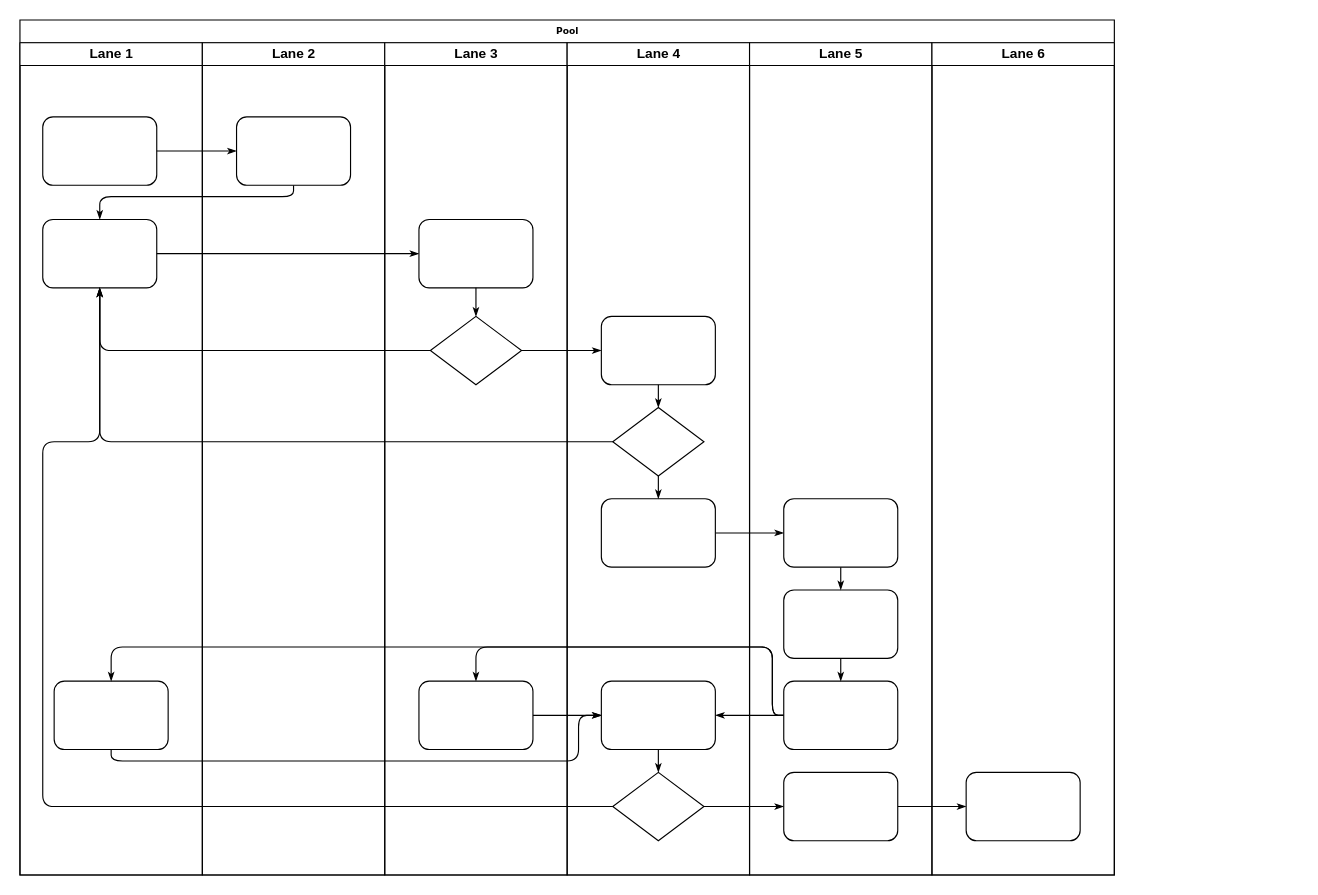
Above: image/acct.drawio in Besideme/besideme.github.io (draw.io), before the change. Source tidied: cells renumbered, new cells numbered last; positions are measured from the earlier drawing's top-left corner, leaving out a move shared by most shapes. Both pictures are drawn from the tidied source at 114%, with x=0, y=0 at pixel (19, 19).
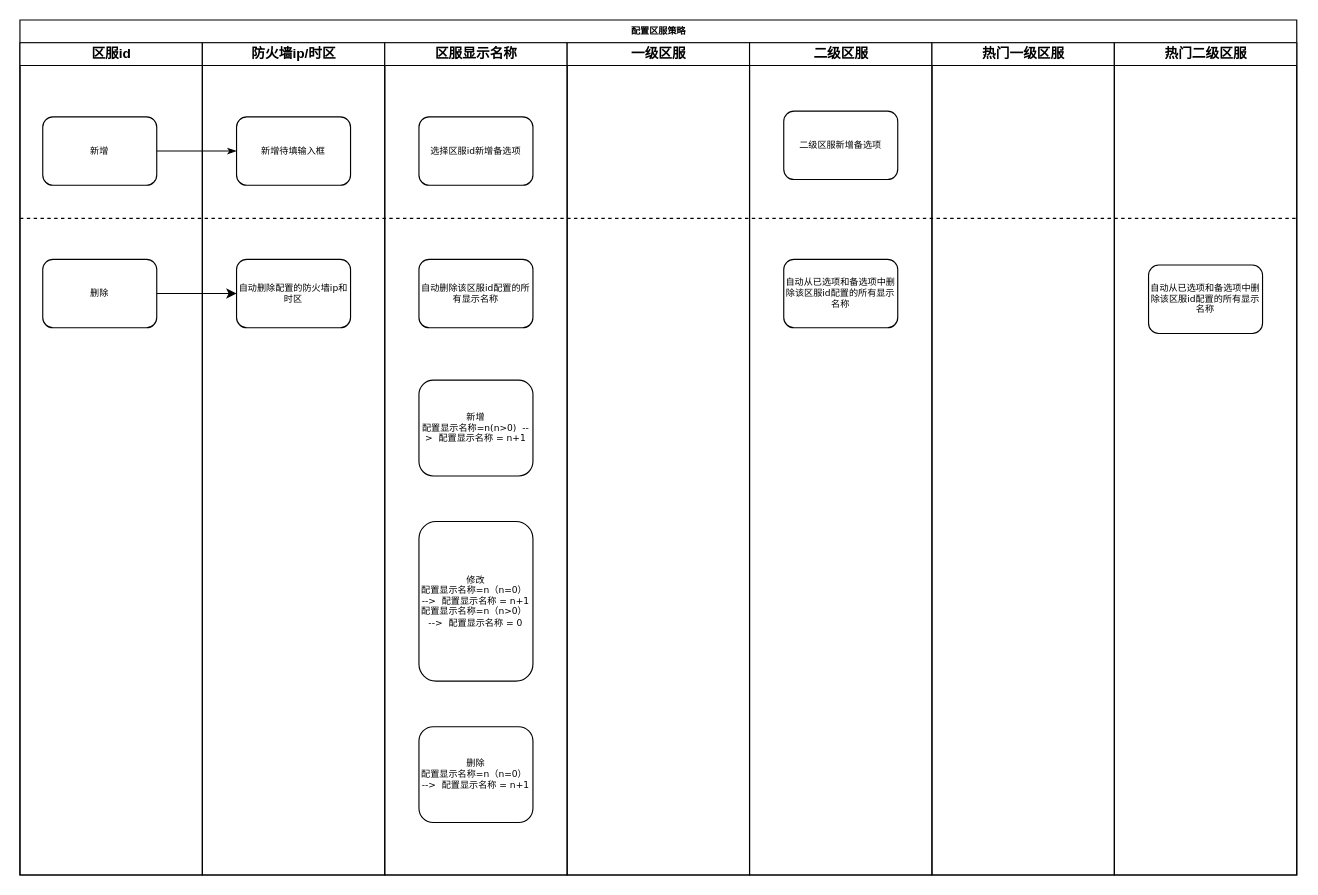
The same page after the edit.

Change to the diagram source:
```diff
@@
-    <mxCell id="2" value="Pool" style="swimlane;html=1;startSize=20;rounded=0;shadow=0;labelBackgroundColor=none;strokeWidth=1;fontFamily=Verdana;fontSize=8;align=center;" parent="1" vertex="1">
-      <mxGeometry width="960" height="750" as="geometry" />
+    <mxCell id="2" value="配置区服策略" style="swimlane;html=1;startSize=20;rounded=0;shadow=0;labelBackgroundColor=none;strokeWidth=1;fontFamily=Verdana;fontSize=8;align=center;" parent="1" vertex="1">
+      <mxGeometry width="1120" height="750" as="geometry" />
     </mxCell>
-    <mxCell id="3" value="Lane 1" style="swimlane;html=1;startSize=20;" parent="2" vertex="1">
+    <mxCell id="3" value="区服id" style="swimlane;html=1;startSize=20;" parent="2" vertex="1">
       <mxGeometry y="20" width="160" height="730" as="geometry" />
     </mxCell>
-    <mxCell id="4" style="rounded=1;whiteSpace=wrap;html=1;shadow=0;labelBackgroundColor=none;strokeWidth=1;fontFamily=Verdana;fontSize=8;align=center;" parent="3" vertex="1">
+    <mxCell id="4" value="新增" style="rounded=1;whiteSpace=wrap;html=1;shadow=0;labelBackgroundColor=none;strokeWidth=1;fontFamily=Verdana;fontSize=8;align=center;" parent="3" vertex="1">
       <mxGeometry x="20" y="65" width="100" height="60" as="geometry" />
     </mxCell>
-    <mxCell id="5" style="rounded=1;whiteSpace=wrap;html=1;shadow=0;labelBackgroundColor=none;strokeWidth=1;fontFamily=Verdana;fontSize=8;align=center;" parent="3" vertex="1">
-      <mxGeometry x="20" y="155" width="100" height="60" as="geometry" />
+    <mxCell id="5" value="删除" style="rounded=1;whiteSpace=wrap;html=1;shadow=0;labelBackgroundColor=none;strokeWidth=1;fontFamily=Verdana;fontSize=8;align=center;" parent="3" vertex="1">
+      <mxGeometry x="20" y="190" width="100" height="60" as="geometry" />
     </mxCell>
-    <mxCell id="6" style="rounded=1;whiteSpace=wrap;html=1;shadow=0;labelBackgroundColor=none;strokeWidth=1;fontFamily=Verdana;fontSize=8;align=center;" parent="3" vertex="1">
-      <mxGeometry x="30" y="560" width="100" height="60" as="geometry" />
-    </mxCell>
+    <mxCell id="47" style="endArrow=none;dashed=1;html=1;" parent="3" edge="1">
+      <mxGeometry relative="1" as="geometry">
+        <mxPoint y="154" as="sourcePoint" />
+        <mxPoint x="1120" y="154" as="targetPoint" />
+      </mxGeometry>
+    </mxCell>
@@
-    <mxCell id="8" style="edgeStyle=orthogonalEdgeStyle;rounded=1;html=1;labelBackgroundColor=none;startArrow=none;startFill=0;startSize=5;endArrow=classicThin;endFill=1;endSize=5;jettySize=auto;strokeWidth=1;fontFamily=Verdana;fontSize=8;" parent="2" edge="1" source="23" target="5">
-      <mxGeometry relative="1" as="geometry">
-        <Array as="points">
-          <mxPoint x="240" y="155" />
-          <mxPoint x="70" y="155" />
-        </Array>
-      </mxGeometry>
-    </mxCell>
-    <mxCell id="9" style="edgeStyle=orthogonalEdgeStyle;rounded=1;html=1;labelBackgroundColor=none;startArrow=none;startFill=0;startSize=5;endArrow=classicThin;endFill=1;endSize=5;jettySize=auto;strokeWidth=1;fontFamily=Verdana;fontSize=8;" parent="2" edge="1" source="5" target="25">
-      <mxGeometry relative="1" as="geometry" />
-    </mxCell>
-    <mxCell id="10" style="edgeStyle=orthogonalEdgeStyle;rounded=1;html=1;labelBackgroundColor=none;startArrow=none;startFill=0;startSize=5;endArrow=classicThin;endFill=1;endSize=5;jettySize=auto;strokeWidth=1;fontFamily=Verdana;fontSize=8;" parent="2" edge="1" source="26" target="5">
-      <mxGeometry relative="1" as="geometry" />
-    </mxCell>
-    <mxCell id="11" style="edgeStyle=orthogonalEdgeStyle;rounded=1;html=1;labelBackgroundColor=none;startArrow=none;startFill=0;startSize=5;endArrow=classicThin;endFill=1;endSize=5;jettySize=auto;strokeWidth=1;fontFamily=Verdana;fontSize=8;" parent="2" edge="1" source="31" target="5">
-      <mxGeometry relative="1" as="geometry" />
-    </mxCell>
-    <mxCell id="12" style="edgeStyle=orthogonalEdgeStyle;rounded=1;html=1;labelBackgroundColor=none;startArrow=none;startFill=0;startSize=5;endArrow=classicThin;endFill=1;endSize=5;jettySize=auto;strokeWidth=1;fontFamily=Verdana;fontSize=8;" parent="2" edge="1" source="34" target="5">
-      <mxGeometry relative="1" as="geometry">
-        <Array as="points">
-          <mxPoint x="20" y="690" />
-          <mxPoint x="20" y="370" />
-          <mxPoint x="70" y="370" />
-        </Array>
-      </mxGeometry>
-    </mxCell>
-    <mxCell id="13" style="edgeStyle=orthogonalEdgeStyle;rounded=1;html=1;labelBackgroundColor=none;startArrow=none;startFill=0;startSize=5;endArrow=classicThin;endFill=1;endSize=5;jettySize=auto;strokeWidth=1;fontFamily=Verdana;fontSize=8;" parent="2" edge="1" source="26" target="30">
-      <mxGeometry relative="1" as="geometry" />
-    </mxCell>
-    <mxCell id="14" style="edgeStyle=orthogonalEdgeStyle;rounded=1;html=1;labelBackgroundColor=none;startArrow=none;startFill=0;startSize=5;endArrow=classicThin;endFill=1;endSize=5;jettySize=auto;strokeWidth=1;fontFamily=Verdana;fontSize=8;" parent="2" edge="1" source="34" target="42">
-      <mxGeometry relative="1" as="geometry" />
-    </mxCell>
-    <mxCell id="15" style="edgeStyle=orthogonalEdgeStyle;rounded=1;html=1;labelBackgroundColor=none;startArrow=none;startFill=0;startSize=5;endArrow=classicThin;endFill=1;endSize=5;jettySize=auto;strokeWidth=1;fontFamily=Verdana;fontSize=8;" parent="2" edge="1" source="42" target="46">
-      <mxGeometry relative="1" as="geometry" />
-    </mxCell>
-    <mxCell id="16" style="edgeStyle=orthogonalEdgeStyle;rounded=1;html=1;labelBackgroundColor=none;startArrow=none;startFill=0;startSize=5;endArrow=classicThin;endFill=1;endSize=5;jettySize=auto;strokeWidth=1;fontFamily=Verdana;fontSize=8;" parent="2" edge="1" source="32" target="39">
-      <mxGeometry relative="1" as="geometry" />
-    </mxCell>
-    <mxCell id="17" style="edgeStyle=orthogonalEdgeStyle;rounded=1;html=1;labelBackgroundColor=none;startArrow=none;startFill=0;startSize=5;endArrow=classicThin;endFill=1;endSize=5;jettySize=auto;strokeWidth=1;fontFamily=Verdana;fontSize=8;" parent="2" edge="1" source="41" target="27">
-      <mxGeometry relative="1" as="geometry">
-        <Array as="points">
-          <mxPoint x="660" y="610" />
-          <mxPoint x="660" y="550" />
-          <mxPoint x="400" y="550" />
-        </Array>
-      </mxGeometry>
-    </mxCell>
-    <mxCell id="18" style="edgeStyle=orthogonalEdgeStyle;rounded=1;html=1;labelBackgroundColor=none;startArrow=none;startFill=0;startSize=5;endArrow=classicThin;endFill=1;endSize=5;jettySize=auto;strokeColor=#000000;strokeWidth=1;fontFamily=Verdana;fontSize=8;fontColor=#000000;" parent="2" edge="1" source="41" target="33">
-      <mxGeometry relative="1" as="geometry" />
-    </mxCell>
-    <mxCell id="19" style="edgeStyle=orthogonalEdgeStyle;rounded=1;html=1;labelBackgroundColor=none;startArrow=none;startFill=0;startSize=5;endArrow=classicThin;endFill=1;endSize=5;jettySize=auto;strokeWidth=1;fontFamily=Verdana;fontSize=8;" parent="2" edge="1" source="41" target="6">
-      <mxGeometry relative="1" as="geometry">
-        <Array as="points">
-          <mxPoint x="660" y="610" />
-          <mxPoint x="660" y="550" />
-          <mxPoint x="80" y="550" />
-        </Array>
-      </mxGeometry>
-    </mxCell>
-    <mxCell id="20" style="edgeStyle=orthogonalEdgeStyle;rounded=1;html=1;labelBackgroundColor=none;startArrow=none;startFill=0;startSize=5;endArrow=classicThin;endFill=1;endSize=5;jettySize=auto;strokeWidth=1;fontFamily=Verdana;fontSize=8;" parent="2" edge="1" source="6" target="33">
-      <mxGeometry relative="1" as="geometry">
-        <Array as="points">
-          <mxPoint x="80" y="650" />
-          <mxPoint x="490" y="650" />
-          <mxPoint x="490" y="610" />
-        </Array>
-      </mxGeometry>
-    </mxCell>
-    <mxCell id="21" style="edgeStyle=orthogonalEdgeStyle;rounded=1;html=1;labelBackgroundColor=none;startArrow=none;startFill=0;startSize=5;endArrow=classicThin;endFill=1;endSize=5;jettySize=auto;strokeWidth=1;fontFamily=Verdana;fontSize=8;" parent="2" edge="1" source="27" target="33">
-      <mxGeometry relative="1" as="geometry" />
-    </mxCell>
-    <mxCell id="22" value="Lane 2" style="swimlane;html=1;startSize=20;" parent="2" vertex="1">
+    <mxCell id="22" value="防火墙ip/时区" style="swimlane;html=1;startSize=20;" parent="2" vertex="1">
       <mxGeometry x="160" y="20" width="160" height="730" as="geometry" />
     </mxCell>
-    <mxCell id="23" style="rounded=1;whiteSpace=wrap;html=1;shadow=0;labelBackgroundColor=none;strokeWidth=1;fontFamily=Verdana;fontSize=8;align=center;" parent="22" vertex="1">
+    <mxCell id="23" value="新增待填输入框" style="rounded=1;whiteSpace=wrap;html=1;shadow=0;labelBackgroundColor=none;strokeWidth=1;fontFamily=Verdana;fontSize=8;align=center;" parent="22" vertex="1">
       <mxGeometry x="30" y="65" width="100" height="60" as="geometry" />
     </mxCell>
+    <mxCell id="48" value="自动删除配置的防火墙ip和时区" style="rounded=1;whiteSpace=wrap;html=1;shadow=0;labelBackgroundColor=none;strokeWidth=1;fontFamily=Verdana;fontSize=8;align=center;" parent="22" vertex="1">
+      <mxGeometry x="30" y="190" width="100" height="60" as="geometry" />
+    </mxCell>
-    <mxCell id="24" value="Lane 3" style="swimlane;html=1;startSize=20;" parent="2" vertex="1">
+    <mxCell id="24" value="区服显示名称" style="swimlane;html=1;startSize=20;" parent="2" vertex="1">
       <mxGeometry x="320" y="20" width="160" height="730" as="geometry" />
     </mxCell>
-    <mxCell id="25" style="rounded=1;whiteSpace=wrap;html=1;shadow=0;labelBackgroundColor=none;strokeWidth=1;fontFamily=Verdana;fontSize=8;align=center;" parent="24" vertex="1">
-      <mxGeometry x="30" y="155" width="100" height="60" as="geometry" />
+    <mxCell id="25" value="自动删除该区服id配置的所有显示名称" style="rounded=1;whiteSpace=wrap;html=1;shadow=0;labelBackgroundColor=none;strokeWidth=1;fontFamily=Verdana;fontSize=8;align=center;" parent="24" vertex="1">
+      <mxGeometry x="30" y="190" width="100" height="60" as="geometry" />
     </mxCell>
-    <mxCell id="26" style="rhombus;whiteSpace=wrap;html=1;rounded=0;shadow=0;labelBackgroundColor=none;strokeWidth=1;fontFamily=Verdana;fontSize=8;align=center;" parent="24" vertex="1">
-      <mxGeometry x="40" y="240" width="80" height="60" as="geometry" />
-    </mxCell>
-    <mxCell id="27" style="rounded=1;whiteSpace=wrap;html=1;shadow=0;labelBackgroundColor=none;strokeWidth=1;fontFamily=Verdana;fontSize=8;align=center;" parent="24" vertex="1">
-      <mxGeometry x="30" y="560" width="100" height="60" as="geometry" />
-    </mxCell>
-    <mxCell id="28" style="edgeStyle=orthogonalEdgeStyle;rounded=1;html=1;labelBackgroundColor=none;startArrow=none;startFill=0;startSize=5;endArrow=classicThin;endFill=1;endSize=5;jettySize=auto;strokeWidth=1;fontFamily=Verdana;fontSize=8;" parent="24" edge="1" source="25" target="26">
-      <mxGeometry relative="1" as="geometry" />
-    </mxCell>
+    <mxCell id="49" value="选择区服id新增备选项" style="rounded=1;whiteSpace=wrap;html=1;shadow=0;labelBackgroundColor=none;strokeWidth=1;fontFamily=Verdana;fontSize=8;align=center;" parent="24" vertex="1">
+      <mxGeometry x="30" y="65" width="100" height="60" as="geometry" />
+    </mxCell>
+    <mxCell id="50" value="新增&lt;br&gt;配置显示名称=n(n&amp;gt;0)&amp;nbsp; --&amp;gt;&amp;nbsp; 配置显示名称 = n+1" style="rounded=1;whiteSpace=wrap;html=1;shadow=0;labelBackgroundColor=none;strokeWidth=1;fontFamily=Verdana;fontSize=8;align=center;" parent="24" vertex="1">
+      <mxGeometry x="30" y="296" width="100" height="84" as="geometry" />
+    </mxCell>
+    <mxCell id="51" value="修改&lt;br&gt;配置显示名称=n（n=0）&amp;nbsp; --&amp;gt;&amp;nbsp; 配置显示名称 = n+1&lt;br&gt;配置显示名称=n（n&amp;gt;0）&amp;nbsp; --&amp;gt;&amp;nbsp; 配置显示名称 = 0" style="rounded=1;whiteSpace=wrap;html=1;shadow=0;labelBackgroundColor=none;strokeWidth=1;fontFamily=Verdana;fontSize=8;align=center;" parent="24" vertex="1">
+      <mxGeometry x="30" y="420" width="100" height="140" as="geometry" />
+    </mxCell>
+    <mxCell id="52" value="删除&lt;br&gt;配置显示名称=n（n=0）&amp;nbsp; --&amp;gt;&amp;nbsp; 配置显示名称 = n+1" style="rounded=1;whiteSpace=wrap;html=1;shadow=0;labelBackgroundColor=none;strokeWidth=1;fontFamily=Verdana;fontSize=8;align=center;" parent="24" vertex="1">
+      <mxGeometry x="30" y="600" width="100" height="84" as="geometry" />
+    </mxCell>
-    <mxCell id="29" value="Lane 4" style="swimlane;html=1;startSize=20;" parent="2" vertex="1">
+    <mxCell id="29" value="一级区服" style="swimlane;html=1;startSize=20;" parent="2" vertex="1">
       <mxGeometry x="480" y="20" width="160" height="730" as="geometry" />
     </mxCell>
-    <mxCell id="30" style="rounded=1;whiteSpace=wrap;html=1;shadow=0;labelBackgroundColor=none;strokeWidth=1;fontFamily=Verdana;fontSize=8;align=center;" parent="29" vertex="1">
-      <mxGeometry x="30" y="240" width="100" height="60" as="geometry" />
-    </mxCell>
-    <mxCell id="31" style="rhombus;whiteSpace=wrap;html=1;rounded=0;shadow=0;labelBackgroundColor=none;strokeWidth=1;fontFamily=Verdana;fontSize=8;align=center;" parent="29" vertex="1">
-      <mxGeometry x="40" y="320" width="80" height="60" as="geometry" />
-    </mxCell>
-    <mxCell id="32" style="rounded=1;whiteSpace=wrap;html=1;shadow=0;labelBackgroundColor=none;strokeWidth=1;fontFamily=Verdana;fontSize=8;align=center;" parent="29" vertex="1">
-      <mxGeometry x="30" y="400" width="100" height="60" as="geometry" />
-    </mxCell>
-    <mxCell id="33" style="rounded=1;whiteSpace=wrap;html=1;shadow=0;labelBackgroundColor=none;strokeWidth=1;fontFamily=Verdana;fontSize=8;align=center;" parent="29" vertex="1">
-      <mxGeometry x="30" y="560" width="100" height="60" as="geometry" />
-    </mxCell>
-    <mxCell id="34" style="rhombus;whiteSpace=wrap;html=1;rounded=0;shadow=0;labelBackgroundColor=none;strokeWidth=1;fontFamily=Verdana;fontSize=8;align=center;" parent="29" vertex="1">
-      <mxGeometry x="40" y="640" width="80" height="60" as="geometry" />
-    </mxCell>
-    <mxCell id="35" style="edgeStyle=orthogonalEdgeStyle;rounded=1;html=1;labelBackgroundColor=none;startArrow=none;startFill=0;startSize=5;endArrow=classicThin;endFill=1;endSize=5;jettySize=auto;strokeColor=#000000;strokeWidth=1;fontFamily=Verdana;fontSize=8;fontColor=#000000;" parent="29" edge="1" source="30" target="31">
-      <mxGeometry relative="1" as="geometry" />
-    </mxCell>
-    <mxCell id="36" style="edgeStyle=orthogonalEdgeStyle;rounded=1;html=1;labelBackgroundColor=none;startArrow=none;startFill=0;startSize=5;endArrow=classicThin;endFill=1;endSize=5;jettySize=auto;strokeWidth=1;fontFamily=Verdana;fontSize=8;" parent="29" edge="1" source="31" target="32">
-      <mxGeometry relative="1" as="geometry" />
-    </mxCell>
-    <mxCell id="37" style="edgeStyle=orthogonalEdgeStyle;rounded=1;html=1;labelBackgroundColor=none;startArrow=none;startFill=0;startSize=5;endArrow=classicThin;endFill=1;endSize=5;jettySize=auto;strokeWidth=1;fontFamily=Verdana;fontSize=8;" parent="29" edge="1" source="33" target="34">
-      <mxGeometry relative="1" as="geometry" />
-    </mxCell>
-    <mxCell id="38" value="Lane 5" style="swimlane;html=1;startSize=20;" parent="2" vertex="1">
+    <mxCell id="38" value="二级区服" style="swimlane;html=1;startSize=20;" parent="2" vertex="1">
       <mxGeometry x="640" y="20" width="160" height="730" as="geometry" />
     </mxCell>
-    <mxCell id="39" style="rounded=1;whiteSpace=wrap;html=1;shadow=0;labelBackgroundColor=none;strokeWidth=1;fontFamily=Verdana;fontSize=8;align=center;" parent="38" vertex="1">
-      <mxGeometry x="30" y="400" width="100" height="60" as="geometry" />
-    </mxCell>
-    <mxCell id="40" style="rounded=1;whiteSpace=wrap;html=1;shadow=0;labelBackgroundColor=none;strokeWidth=1;fontFamily=Verdana;fontSize=8;align=center;" parent="38" vertex="1">
-      <mxGeometry x="30" y="480" width="100" height="60" as="geometry" />
-    </mxCell>
-    <mxCell id="41" style="rounded=1;whiteSpace=wrap;html=1;shadow=0;labelBackgroundColor=none;strokeWidth=1;fontFamily=Verdana;fontSize=8;align=center;" parent="38" vertex="1">
-      <mxGeometry x="30" y="560" width="100" height="60" as="geometry" />
-    </mxCell>
-    <mxCell id="42" style="rounded=1;whiteSpace=wrap;html=1;shadow=0;labelBackgroundColor=none;strokeWidth=1;fontFamily=Verdana;fontSize=8;align=center;" parent="38" vertex="1">
-      <mxGeometry x="30" y="640" width="100" height="60" as="geometry" />
-    </mxCell>
-    <mxCell id="43" style="edgeStyle=orthogonalEdgeStyle;rounded=1;html=1;labelBackgroundColor=none;startArrow=none;startFill=0;startSize=5;endArrow=classicThin;endFill=1;endSize=5;jettySize=auto;strokeWidth=1;fontFamily=Verdana;fontSize=8;" parent="38" edge="1" source="39" target="40">
-      <mxGeometry relative="1" as="geometry" />
-    </mxCell>
-    <mxCell id="44" style="edgeStyle=orthogonalEdgeStyle;rounded=1;html=1;labelBackgroundColor=none;startArrow=none;startFill=0;startSize=5;endArrow=classicThin;endFill=1;endSize=5;jettySize=auto;strokeWidth=1;fontFamily=Verdana;fontSize=8;" parent="38" edge="1" source="40" target="41">
-      <mxGeometry relative="1" as="geometry" />
-    </mxCell>
+    <mxCell id="53" value="二级区服新增备选项" style="rounded=1;whiteSpace=wrap;html=1;shadow=0;labelBackgroundColor=none;strokeWidth=1;fontFamily=Verdana;fontSize=8;align=center;" parent="38" vertex="1">
+      <mxGeometry x="30" y="60" width="100" height="60" as="geometry" />
+    </mxCell>
+    <mxCell id="54" value="自动从已选项和备选项中删除该区服id配置的所有显示名称" style="rounded=1;whiteSpace=wrap;html=1;shadow=0;labelBackgroundColor=none;strokeWidth=1;fontFamily=Verdana;fontSize=8;align=center;" parent="38" vertex="1">
+      <mxGeometry x="30" y="190" width="100" height="60" as="geometry" />
+    </mxCell>
-    <mxCell id="45" value="Lane 6" style="swimlane;html=1;startSize=20;" parent="2" vertex="1">
+    <mxCell id="45" value="热门一级区服" style="swimlane;html=1;startSize=20;" parent="2" vertex="1">
       <mxGeometry x="800" y="20" width="160" height="730" as="geometry" />
     </mxCell>
-    <mxCell id="46" style="rounded=1;whiteSpace=wrap;html=1;shadow=0;labelBackgroundColor=none;strokeWidth=1;fontFamily=Verdana;fontSize=8;align=center;" parent="45" vertex="1">
-      <mxGeometry x="30" y="640" width="100" height="60" as="geometry" />
-    </mxCell>
+    <mxCell id="55" value="热门二级区服" style="swimlane;html=1;startSize=20;" parent="2" vertex="1">
+      <mxGeometry x="960" y="20" width="160" height="730" as="geometry" />
+    </mxCell>
+    <mxCell id="56" value="自动从已选项和备选项中删除该区服id配置的所有显示名称" style="rounded=1;whiteSpace=wrap;html=1;shadow=0;labelBackgroundColor=none;strokeWidth=1;fontFamily=Verdana;fontSize=8;align=center;" parent="55" vertex="1">
+      <mxGeometry x="30" y="195" width="100" height="60" as="geometry" />
+    </mxCell>
+    <mxCell id="57" style="edgeStyle=orthogonalEdgeStyle;rounded=0;jettySize=auto;html=1;exitX=1;exitY=0.5;exitDx=0;exitDy=0;entryX=0;entryY=0.5;entryDx=0;entryDy=0;" parent="2" edge="1" source="5" target="48">
+      <mxGeometry relative="1" as="geometry" />
+    </mxCell>
```
